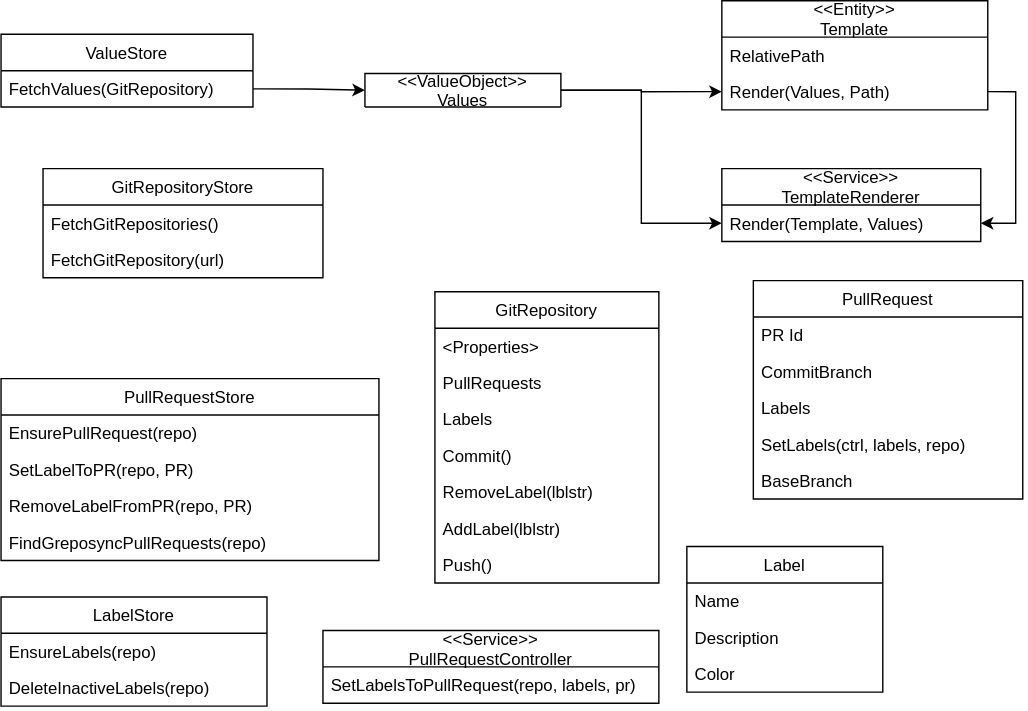
This is docs/modules/ROOT/assets/images/domainmodel.drawio.svg from ccremer/greposync, a draw.io export, as it was before one commit. Source tidied: cells renumbered, new cells last; positions are measured from the earlier drawing's top-left corner, leaving out a move shared by most shapes.
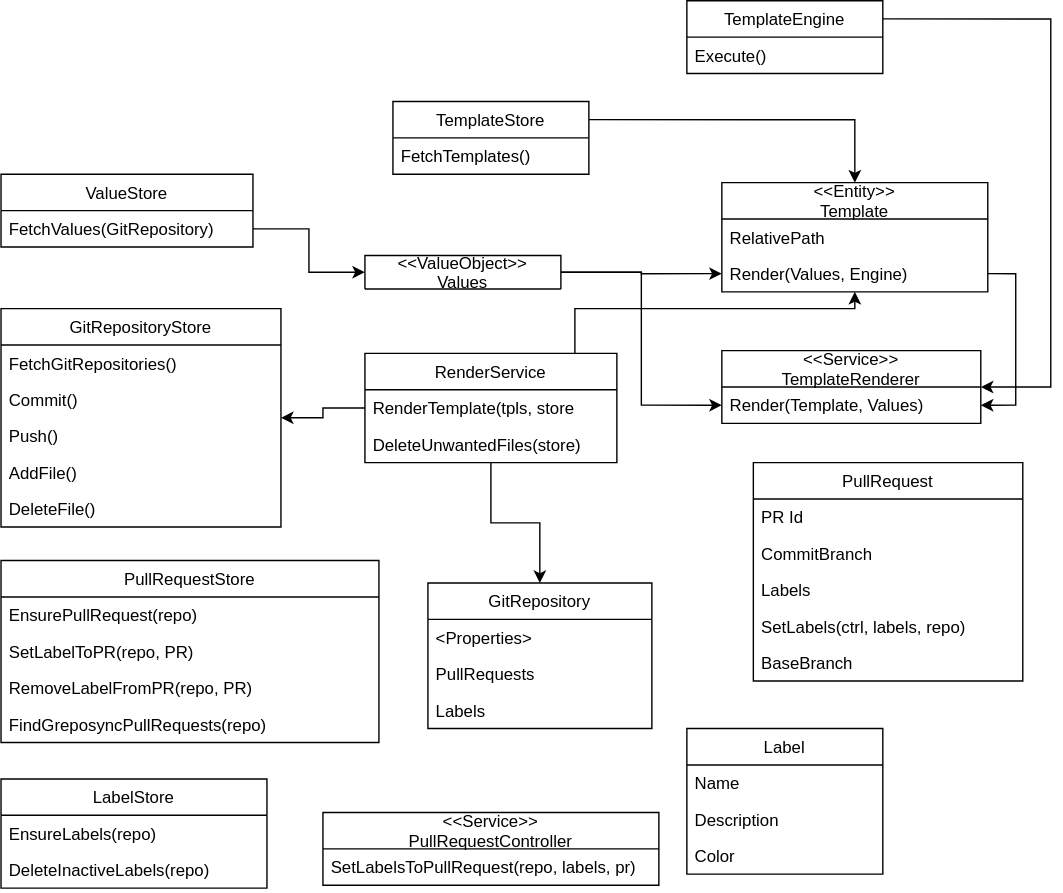
The same file after the commit.

Commit message:
Render service

The edit, as a diff of the source:
```diff
@@ -3,7 +3,7 @@
     <mxCell id="0" />
     <mxCell id="1" parent="0" />
     <mxCell id="2" value="GitRepository" style="swimlane;fontStyle=0;horizontal=1;startSize=26;" parent="1" vertex="1">
-      <mxGeometry x="310" y="208" width="160" height="208" as="geometry" />
+      <mxGeometry x="305" y="286" width="160" height="104" as="geometry" />
     </mxCell>
     <mxCell id="3" value="&lt;Properties&gt;" style="text;strokeColor=none;fillColor=none;align=left;verticalAlign=top;spacingLeft=4;spacingRight=4;overflow=hidden;" parent="2" vertex="1">
       <mxGeometry y="26" width="160" height="26" as="geometry" />
@@ -14,36 +14,33 @@
     <mxCell id="5" value="Labels" style="text;strokeColor=none;fillColor=none;align=left;verticalAlign=top;spacingLeft=4;spacingRight=4;overflow=hidden;" parent="2" vertex="1">
       <mxGeometry y="78" width="160" height="26" as="geometry" />
     </mxCell>
-    <mxCell id="6" value="Commit()" style="text;strokeColor=none;fillColor=none;align=left;verticalAlign=top;spacingLeft=4;spacingRight=4;overflow=hidden;" parent="2" vertex="1">
-      <mxGeometry y="104" width="160" height="26" as="geometry" />
-    </mxCell>
-    <mxCell id="7" value="RemoveLabel(lblstr)" style="text;strokeColor=none;fillColor=none;align=left;verticalAlign=top;spacingLeft=4;spacingRight=4;overflow=hidden;" parent="2" vertex="1">
-      <mxGeometry y="130" width="160" height="26" as="geometry" />
-    </mxCell>
-    <mxCell id="8" value="AddLabel(lblstr)" style="text;strokeColor=none;fillColor=none;align=left;verticalAlign=top;spacingLeft=4;spacingRight=4;overflow=hidden;" parent="2" vertex="1">
-      <mxGeometry y="156" width="160" height="26" as="geometry" />
-    </mxCell>
-    <mxCell id="9" value="Push()" style="text;strokeColor=none;fillColor=none;align=left;verticalAlign=top;spacingLeft=4;spacingRight=4;overflow=hidden;" parent="2" vertex="1">
-      <mxGeometry y="182" width="160" height="26" as="geometry" />
-    </mxCell>
     <mxCell id="10" value="&lt;&lt;Entity&gt;&gt;&#10;Template" style="swimlane;fontStyle=0;horizontal=1;startSize=26;" parent="1" vertex="1">
       <mxGeometry x="515" width="190" height="78" as="geometry" />
     </mxCell>
     <mxCell id="11" value="RelativePath" style="text;strokeColor=none;fillColor=none;align=left;verticalAlign=top;spacingLeft=4;spacingRight=4;overflow=hidden;" parent="10" vertex="1">
       <mxGeometry y="26" width="190" height="26" as="geometry" />
     </mxCell>
-    <mxCell id="12" value="Render(Values, Path)" style="text;strokeColor=none;fillColor=none;align=left;verticalAlign=top;spacingLeft=4;spacingRight=4;overflow=hidden;points=[[0,0.5],[1,0.5]];portConstraint=eastwest;" parent="10" vertex="1">
+    <mxCell id="12" value="Render(Values, Engine)" style="text;strokeColor=none;fillColor=none;align=left;verticalAlign=top;spacingLeft=4;spacingRight=4;overflow=hidden;points=[[0,0.5],[1,0.5]];portConstraint=eastwest;" parent="10" vertex="1">
       <mxGeometry y="52" width="190" height="26" as="geometry" />
     </mxCell>
     <mxCell id="13" value="GitRepositoryStore" style="swimlane;fontStyle=0;horizontal=1;startSize=26;" parent="1" vertex="1">
-      <mxGeometry x="30" y="120" width="200" height="78" as="geometry" />
+      <mxGeometry y="90" width="200" height="156" as="geometry" />
     </mxCell>
     <mxCell id="14" value="FetchGitRepositories()" style="text;strokeColor=none;fillColor=none;align=left;verticalAlign=top;spacingLeft=4;spacingRight=4;overflow=hidden;" parent="13" vertex="1">
       <mxGeometry y="26" width="200" height="26" as="geometry" />
     </mxCell>
-    <mxCell id="15" value="FetchGitRepository(url)" style="text;strokeColor=none;fillColor=none;align=left;verticalAlign=top;spacingLeft=4;spacingRight=4;overflow=hidden;" parent="13" vertex="1">
-      <mxGeometry y="52" width="200" height="26" as="geometry" />
-    </mxCell>
+    <mxCell id="6" value="Commit()" style="text;strokeColor=none;fillColor=none;align=left;verticalAlign=top;spacingLeft=4;spacingRight=4;overflow=hidden;" parent="13" vertex="1">
+      <mxGeometry y="52" width="200" height="26" as="geometry" />
+    </mxCell>
+    <mxCell id="9" value="Push()" style="text;strokeColor=none;fillColor=none;align=left;verticalAlign=top;spacingLeft=4;spacingRight=4;overflow=hidden;" parent="13" vertex="1">
+      <mxGeometry y="78" width="200" height="26" as="geometry" />
+    </mxCell>
+    <mxCell id="45" value="AddFile()" style="text;strokeColor=none;fillColor=none;align=left;verticalAlign=top;spacingLeft=4;spacingRight=4;overflow=hidden;" parent="13" vertex="1">
+      <mxGeometry y="104" width="200" height="26" as="geometry" />
+    </mxCell>
+    <mxCell id="46" value="DeleteFile()" style="text;strokeColor=none;fillColor=none;align=left;verticalAlign=top;spacingLeft=4;spacingRight=4;overflow=hidden;" parent="13" vertex="1">
+      <mxGeometry y="130" width="200" height="26" as="geometry" />
+    </mxCell>
     <mxCell id="16" value="Label" style="swimlane;fontStyle=0;horizontal=1;startSize=26;" parent="1" vertex="1">
       <mxGeometry x="490" y="390" width="140" height="104" as="geometry" />
     </mxCell>
@@ -84,7 +81,7 @@
       <mxGeometry y="130" width="192.5" height="26" as="geometry" />
     </mxCell>
     <mxCell id="29" value="ValueStore" style="swimlane;fontStyle=0;horizontal=1;startSize=26;" parent="1" vertex="1">
-      <mxGeometry y="24" width="180" height="52" as="geometry" />
+      <mxGeometry y="-6" width="180" height="52" as="geometry" />
     </mxCell>
     <mxCell id="30" value="FetchValues(GitRepository)" style="text;strokeColor=none;fillColor=none;align=left;verticalAlign=top;spacingLeft=4;spacingRight=4;overflow=hidden;points=[[0,0.5],[1,0.5]];portConstraint=eastwest;" parent="29" vertex="1">
       <mxGeometry y="26" width="180" height="26" as="geometry" />
@@ -131,5 +128,51 @@
     <mxCell id="44" value="SetLabelsToPullRequest(repo, labels, pr)" style="text;strokeColor=none;fillColor=none;align=left;verticalAlign=top;spacingLeft=4;spacingRight=4;overflow=hidden;" parent="43" vertex="1">
       <mxGeometry y="26" width="240" height="26" as="geometry" />
     </mxCell>
+    <mxCell id="47" style="edgeStyle=orthogonalEdgeStyle;rounded=0;jettySize=auto;html=1;" parent="1" edge="1" source="50" target="13">
+      <mxGeometry relative="1" as="geometry" />
+    </mxCell>
+    <mxCell id="48" style="edgeStyle=orthogonalEdgeStyle;rounded=0;jettySize=auto;html=1;" parent="1" edge="1" source="50" target="2">
+      <mxGeometry relative="1" as="geometry" />
+    </mxCell>
+    <mxCell id="49" style="edgeStyle=orthogonalEdgeStyle;rounded=0;jettySize=auto;html=1;" parent="1" edge="1" source="50" target="10">
+      <mxGeometry relative="1" as="geometry">
+        <Array as="points">
+          <mxPoint x="410" y="90" />
+          <mxPoint x="610" y="90" />
+        </Array>
+      </mxGeometry>
+    </mxCell>
+    <mxCell id="50" value="RenderService" style="swimlane;fontStyle=0;horizontal=1;startSize=26;" parent="1" vertex="1">
+      <mxGeometry x="260" y="122" width="180" height="78" as="geometry" />
+    </mxCell>
+    <mxCell id="51" value="RenderTemplate(tpls, store" style="text;strokeColor=none;fillColor=none;align=left;verticalAlign=top;spacingLeft=4;spacingRight=4;overflow=hidden;" parent="50" vertex="1">
+      <mxGeometry y="26" width="180" height="26" as="geometry" />
+    </mxCell>
+    <mxCell id="52" value="DeleteUnwantedFiles(store)" style="text;strokeColor=none;fillColor=none;align=left;verticalAlign=top;spacingLeft=4;spacingRight=4;overflow=hidden;" parent="50" vertex="1">
+      <mxGeometry y="52" width="180" height="26" as="geometry" />
+    </mxCell>
+    <mxCell id="53" style="edgeStyle=orthogonalEdgeStyle;rounded=0;jettySize=auto;html=1;exitX=1;exitY=0.25;exitDx=0;exitDy=0;" parent="1" edge="1" source="54" target="10">
+      <mxGeometry relative="1" as="geometry" />
+    </mxCell>
+    <mxCell id="54" value="TemplateStore" style="swimlane;fontStyle=0;horizontal=1;startSize=26;" parent="1" vertex="1">
+      <mxGeometry x="280" y="-58" width="140" height="52" as="geometry" />
+    </mxCell>
+    <mxCell id="55" value="FetchTemplates()" style="text;strokeColor=none;fillColor=none;align=left;verticalAlign=top;spacingLeft=4;spacingRight=4;overflow=hidden;" parent="54" vertex="1">
+      <mxGeometry y="26" width="140" height="26" as="geometry" />
+    </mxCell>
+    <mxCell id="56" style="edgeStyle=orthogonalEdgeStyle;rounded=0;jettySize=auto;html=1;exitX=1;exitY=0.25;exitDx=0;exitDy=0;" parent="1" edge="1" source="57" target="32">
+      <mxGeometry relative="1" as="geometry">
+        <Array as="points">
+          <mxPoint x="750" y="-117" />
+          <mxPoint x="750" y="146" />
+        </Array>
+      </mxGeometry>
+    </mxCell>
+    <mxCell id="57" value="TemplateEngine" style="swimlane;fontStyle=0;horizontal=1;startSize=26;" parent="1" vertex="1">
+      <mxGeometry x="490" y="-130" width="140" height="52" as="geometry" />
+    </mxCell>
+    <mxCell id="58" value="Execute()" style="text;strokeColor=none;fillColor=none;align=left;verticalAlign=top;spacingLeft=4;spacingRight=4;overflow=hidden;" parent="57" vertex="1">
+      <mxGeometry y="26" width="140" height="26" as="geometry" />
+    </mxCell>
   </root>
 </mxGraphModel>
```
